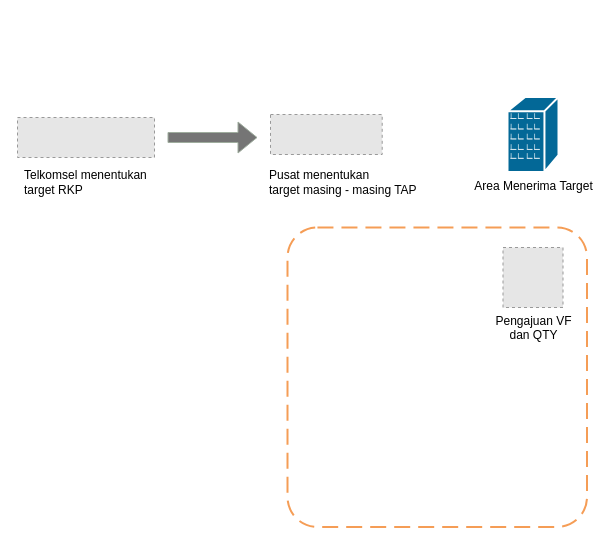
Earlier version of the draw.io diagram page "Page-7" (7 of 9) of Untitled Diagram.drawio (jrpikong/wordcalculator). Source tidied: cells renumbered, new cells numbered last; positions are measured from the earlier drawing's top-left corner, leaving out a move shared by most shapes. Both pictures are drawn from the tidied source at 100%, with x=0, y=0 at pixel (17, 97). Pictures stored in the file or linked from it are replaced by grey dashed boxes.
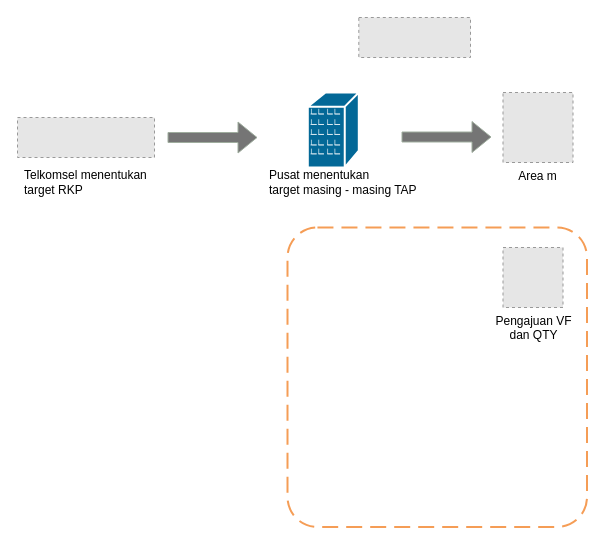
The same page after the edit.

Diff of the diagram source:
```diff
@@
 <mxGraphModel>
   <root>
     <mxCell id="0" />
     <mxCell id="1" parent="0" />
     <mxCell id="2" style="rounded=1;arcSize=10;dashed=1;strokeColor=#F59D56;fillColor=none;gradientColor=none;dashPattern=8 4;strokeWidth=2;" parent="1" vertex="1">
       <mxGeometry x="270" y="130" width="299.5" height="299.5" as="geometry" />
     </mxCell>
     <mxCell id="3" value="&lt;div&gt;Pengajuan VF &lt;br&gt;&lt;/div&gt;&lt;div&gt;dan QTY&lt;/div&gt;" style="fillColor=#E6E6E6;strokeColor=#999999;dashed=1;html=1;verticalAlign=top;verticalLabelPosition=bottom;labelBackgroundColor=#ffffff;" parent="1" vertex="1">
       <mxGeometry x="485.5" y="150" width="60" height="60" as="geometry" />
     </mxCell>
     <mxCell id="4" style="fillColor=#E6E6E6;strokeColor=#999999;dashed=1;verticalLabelPosition=bottom;labelBackgroundColor=default;verticalAlign=top;" parent="1" vertex="1">
-      <mxGeometry x="253" y="17" width="111.7" height="40" as="geometry" />
+      <mxGeometry x="341.3" y="-80" width="111.7" height="40" as="geometry" />
     </mxCell>
     <mxCell id="5" style="fillColor=#E6E6E6;strokeColor=#999999;dashed=1;verticalLabelPosition=bottom;labelBackgroundColor=default;verticalAlign=top;" parent="1" vertex="1">
       <mxGeometry y="20" width="137" height="40" as="geometry" />
     </mxCell>
     <mxCell id="6" style="shape=flexArrow;endArrow=classic;html=1;rounded=0;strokeColor=#9FAD9E;fillColor=#757575;" parent="1" edge="1">
       <mxGeometry relative="1" as="geometry">
         <mxPoint x="150" y="40" as="sourcePoint" />
         <mxPoint x="240" y="40" as="targetPoint" />
       </mxGeometry>
     </mxCell>
     <mxCell id="7" value="&lt;div align=&quot;left&quot;&gt;Pusat menentukan &lt;br&gt;target masing - masing TAP&lt;/div&gt;" style="text;html=1;strokeColor=none;fillColor=none;align=left;verticalAlign=middle;whiteSpace=wrap;rounded=0;" parent="1" vertex="1">
       <mxGeometry x="250" y="60" width="190" height="50" as="geometry" />
     </mxCell>
     <mxCell id="8" value="&lt;div align=&quot;left&quot;&gt;Telkomsel menentukan &lt;br&gt;target RKP&lt;/div&gt;" style="text;html=1;strokeColor=none;fillColor=none;align=left;verticalAlign=middle;whiteSpace=wrap;rounded=0;" parent="1" vertex="1">
       <mxGeometry x="5" y="70" width="140" height="30" as="geometry" />
     </mxCell>
-    <mxCell id="9" value="Area Menerima Target" style="shape=mxgraph.cisco.buildings.branch_office;html=1;dashed=0;fillColor=#036897;strokeColor=#ffffff;strokeWidth=2;verticalLabelPosition=bottom;verticalAlign=top;align=center;" parent="1" vertex="1">
-      <mxGeometry x="490" y="-0.5" width="51" height="75" as="geometry" />
+    <mxCell id="9" style="shape=mxgraph.cisco.buildings.branch_office;html=1;dashed=0;fillColor=#036897;strokeColor=#ffffff;strokeWidth=2;verticalLabelPosition=bottom;verticalAlign=top;align=center;" parent="1" vertex="1">
+      <mxGeometry x="290.3" y="-5" width="51" height="75" as="geometry" />
     </mxCell>
+    <mxCell id="10" style="shape=flexArrow;endArrow=classic;html=1;rounded=0;strokeColor=#9FAD9E;fillColor=#757575;" parent="1" edge="1">
+      <mxGeometry relative="1" as="geometry">
+        <mxPoint x="384" y="39.5" as="sourcePoint" />
+        <mxPoint x="474" y="39.5" as="targetPoint" />
+      </mxGeometry>
+    </mxCell>
+    <mxCell id="11" value="Area m" style="fillColor=#E6E6E6;strokeColor=#999999;dashed=1;verticalLabelPosition=bottom;labelBackgroundColor=default;verticalAlign=top;" parent="1" vertex="1">
+      <mxGeometry x="485.5" y="-5" width="70" height="70" as="geometry" />
+    </mxCell>
   </root>
 </mxGraphModel>
```
